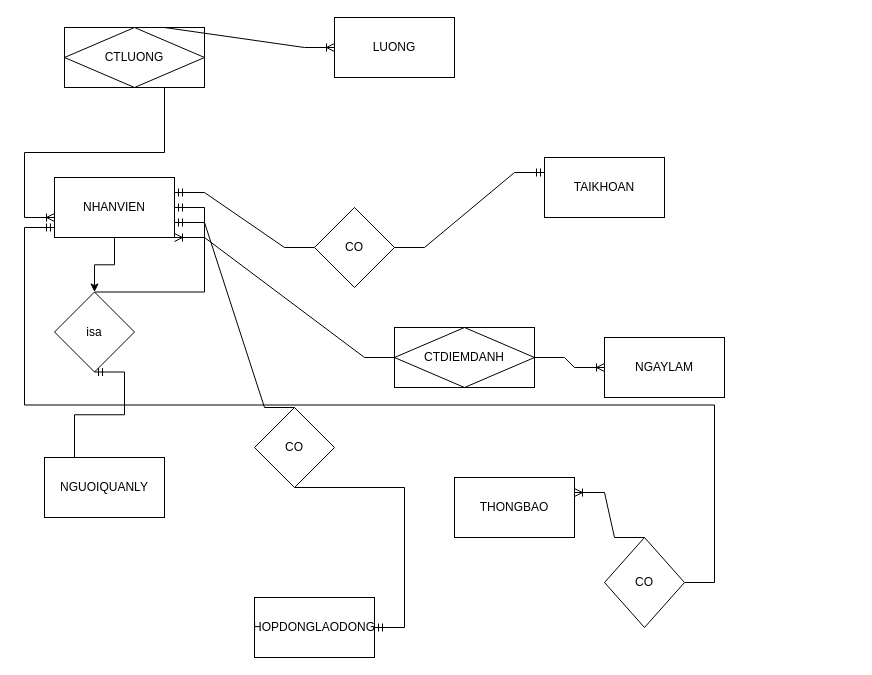
Earlier version of the draw.io diagram page "Trang-2" (2 of 2) of Biểu đồ không có tiêu đề.drawio (VanTruongPTITHCM2002/DoAnJava). Source tidied: cells renumbered, new cells numbered last; positions are measured from the earlier drawing's top-left corner, leaving out a move shared by most shapes. Both pictures are drawn from the tidied source at 100%, with x=0, y=0 at pixel (44, 17).
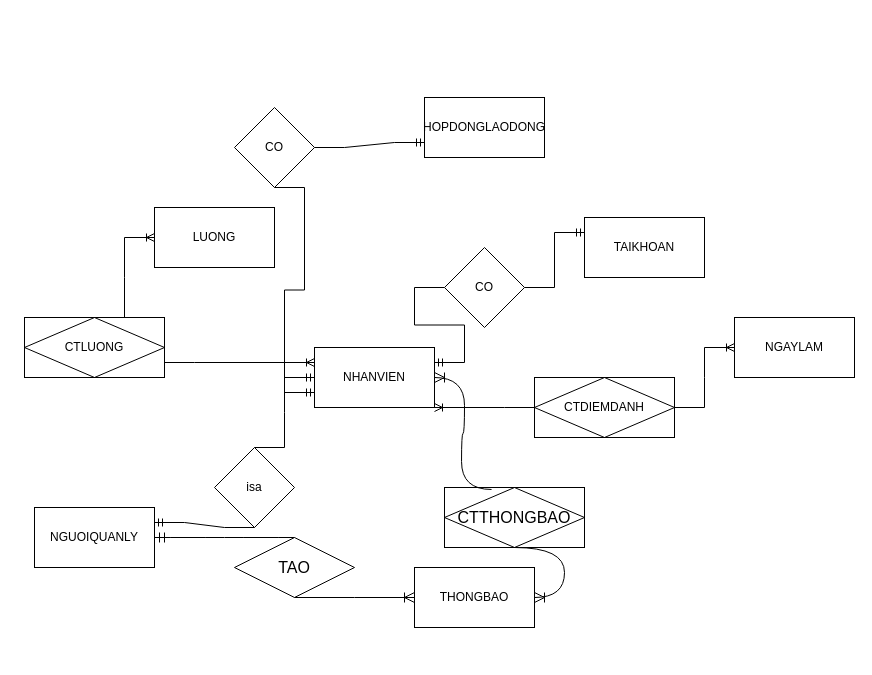
After the change.

Commit message:
Cập nhật Biểu đồ không có tiêu đề.drawio

Change to the diagram source:
```diff
@@
-    <mxCell id="2" style="edgeStyle=orthogonalEdgeStyle;rounded=0;jettySize=auto;html=1;" parent="1" edge="1" source="3" target="10">
-      <mxGeometry relative="1" as="geometry" />
-    </mxCell>
     <mxCell id="3" value="NHANVIEN" style="rounded=0;whiteSpace=wrap;html=1;" parent="1" vertex="1">
-      <mxGeometry x="10" y="160" width="120" height="60" as="geometry" />
+      <mxGeometry x="270" y="330" width="120" height="60" as="geometry" />
     </mxCell>
-    <mxCell id="4" value="LUONG" style="rounded=0;whiteSpace=wrap;html=1;" parent="1" vertex="1">
-      <mxGeometry x="290" width="120" height="60" as="geometry" />
+    <mxCell id="4" value="LUONG" style="rounded=0;whiteSpace=wrap;html=1;rotation=0;" parent="1" vertex="1">
+      <mxGeometry x="110" y="190" width="120" height="60" as="geometry" />
     </mxCell>
     <mxCell id="5" value="NGUOIQUANLY" style="rounded=0;whiteSpace=wrap;html=1;" parent="1" vertex="1">
-      <mxGeometry y="440" width="120" height="60" as="geometry" />
+      <mxGeometry x="-10" y="490" width="120" height="60" as="geometry" />
     </mxCell>
     <mxCell id="6" value="THONGBAO" style="rounded=0;whiteSpace=wrap;html=1;" parent="1" vertex="1">
-      <mxGeometry x="410" y="460" width="120" height="60" as="geometry" />
+      <mxGeometry x="370" y="550" width="120" height="60" as="geometry" />
     </mxCell>
     <mxCell id="7" value="TAIKHOAN" style="rounded=0;whiteSpace=wrap;html=1;" parent="1" vertex="1">
-      <mxGeometry x="500" y="140" width="120" height="60" as="geometry" />
+      <mxGeometry x="540" y="200" width="120" height="60" as="geometry" />
     </mxCell>
-    <mxCell id="8" value="HOPDONGLAODONG" style="rounded=0;whiteSpace=wrap;html=1;" parent="1" vertex="1">
-      <mxGeometry x="210" y="580" width="120" height="60" as="geometry" />
+    <mxCell id="8" value="HOPDONGLAODONG" style="rounded=0;whiteSpace=wrap;html=1;direction=east;" parent="1" vertex="1">
+      <mxGeometry x="380" y="80" width="120" height="60" as="geometry" />
     </mxCell>
     <mxCell id="9" value="NGAYLAM" style="rounded=0;whiteSpace=wrap;html=1;" parent="1" vertex="1">
-      <mxGeometry x="560" y="320" width="120" height="60" as="geometry" />
+      <mxGeometry x="690" y="300" width="120" height="60" as="geometry" />
     </mxCell>
     <mxCell id="10" value="isa" style="rhombus;whiteSpace=wrap;html=1;" parent="1" vertex="1">
-      <mxGeometry x="10" y="274.5" width="80" height="80" as="geometry" />
+      <mxGeometry x="170" y="430" width="80" height="80" as="geometry" />
     </mxCell>
-    <mxCell id="11" style="edgeStyle=entityRelationEdgeStyle;fontSize=12;html=1;endArrow=ERmandOne;rounded=0;exitX=0.5;exitY=0;exitDx=0;exitDy=0;entryX=0.5;entryY=1;entryDx=0;entryDy=0;" parent="1" edge="1" source="5" target="10">
+    <mxCell id="11" style="edgeStyle=entityRelationEdgeStyle;fontSize=12;html=1;endArrow=ERmandOne;rounded=0;entryX=1;entryY=0.25;entryDx=0;entryDy=0;exitX=0.5;exitY=1;exitDx=0;exitDy=0;" parent="1" edge="1" source="10" target="5">
       <mxGeometry relative="1" as="geometry" />
     </mxCell>
@@
     <mxCell id="14" value="CO" style="rhombus;whiteSpace=wrap;html=1;" parent="1" vertex="1">
-      <mxGeometry x="270" y="190" width="80" height="80" as="geometry" />
+      <mxGeometry x="400" y="230" width="80" height="80" as="geometry" />
     </mxCell>
@@
     <mxCell id="16" value="CTLUONG" style="shape=associativeEntity;whiteSpace=wrap;html=1;align=center;" parent="1" vertex="1">
-      <mxGeometry x="20" y="10" width="140" height="60" as="geometry" />
+      <mxGeometry x="-20" y="300" width="140" height="60" as="geometry" />
     </mxCell>
-    <mxCell id="17" style="edgeStyle=entityRelationEdgeStyle;fontSize=12;html=1;endArrow=ERoneToMany;rounded=0;exitX=0.5;exitY=1;exitDx=0;exitDy=0;" parent="1" edge="1" source="16">
-      <mxGeometry relative="1" as="geometry">
-        <mxPoint x="10" y="200" as="targetPoint" />
-      </mxGeometry>
+    <mxCell id="17" style="edgeStyle=entityRelationEdgeStyle;fontSize=12;html=1;endArrow=ERoneToMany;rounded=0;exitX=1;exitY=0.75;exitDx=0;exitDy=0;entryX=0;entryY=0.25;entryDx=0;entryDy=0;" parent="1" edge="1" source="16" target="3">
+      <mxGeometry relative="1" as="geometry" />
     </mxCell>
@@
     <mxCell id="19" value="CO" style="rhombus;whiteSpace=wrap;html=1;" parent="1" vertex="1">
-      <mxGeometry x="210" y="390" width="80" height="80" as="geometry" />
+      <mxGeometry x="190" y="90" width="80" height="80" as="geometry" />
     </mxCell>
-    <mxCell id="20" style="edgeStyle=entityRelationEdgeStyle;fontSize=12;html=1;endArrow=ERmandOne;rounded=0;exitX=0.5;exitY=0;exitDx=0;exitDy=0;entryX=1;entryY=0.75;entryDx=0;entryDy=0;" parent="1" edge="1" source="19" target="3">
+    <mxCell id="20" style="edgeStyle=entityRelationEdgeStyle;fontSize=12;html=1;endArrow=ERmandOne;rounded=0;exitX=0.5;exitY=1;exitDx=0;exitDy=0;entryX=0;entryY=0.75;entryDx=0;entryDy=0;" parent="1" edge="1" source="19" target="3">
       <mxGeometry relative="1" as="geometry" />
     </mxCell>
-    <mxCell id="21" style="edgeStyle=entityRelationEdgeStyle;fontSize=12;html=1;endArrow=ERmandOne;rounded=0;exitX=0.5;exitY=1;exitDx=0;exitDy=0;" parent="1" edge="1" source="19" target="8">
+    <mxCell id="21" style="edgeStyle=entityRelationEdgeStyle;fontSize=12;html=1;endArrow=ERmandOne;rounded=0;exitX=1;exitY=0.5;exitDx=0;exitDy=0;entryX=0;entryY=0.75;entryDx=0;entryDy=0;" parent="1" edge="1" source="19" target="8">
       <mxGeometry relative="1" as="geometry" />
     </mxCell>
     <mxCell id="22" value="CTDIEMDANH" style="shape=associativeEntity;whiteSpace=wrap;html=1;align=center;" parent="1" vertex="1">
-      <mxGeometry x="350" y="310" width="140" height="60" as="geometry" />
+      <mxGeometry x="490" y="360" width="140" height="60" as="geometry" />
     </mxCell>
@@
-    <mxCell id="25" style="edgeStyle=entityRelationEdgeStyle;fontSize=12;html=1;endArrow=ERmandOne;rounded=0;exitX=1;exitY=0.5;exitDx=0;exitDy=0;" parent="1" edge="1" source="26">
-      <mxGeometry relative="1" as="geometry">
-        <mxPoint x="10" y="210" as="targetPoint" />
-      </mxGeometry>
-    </mxCell>
-    <mxCell id="26" value="CO" style="rhombus;whiteSpace=wrap;html=1;" parent="1" vertex="1">
-      <mxGeometry x="560" y="520" width="80" height="90" as="geometry" />
-    </mxCell>
-    <mxCell id="27" style="edgeStyle=entityRelationEdgeStyle;fontSize=12;html=1;endArrow=ERoneToMany;rounded=0;exitX=0.5;exitY=0;exitDx=0;exitDy=0;entryX=1;entryY=0.25;entryDx=0;entryDy=0;" parent="1" edge="1" source="26" target="6">
-      <mxGeometry relative="1" as="geometry" />
-    </mxCell>
+    <mxCell id="28" style="edgeStyle=none;curved=1;rounded=0;orthogonalLoop=1;jettySize=auto;html=1;exitX=0.5;exitY=0;exitDx=0;exitDy=0;fontSize=12;startSize=8;endSize=8;" parent="1" edge="1" source="8" target="8">
+      <mxGeometry relative="1" as="geometry" />
+    </mxCell>
+    <mxCell id="29" value="CTTHONGBAO" style="shape=associativeEntity;whiteSpace=wrap;html=1;align=center;fontSize=16;" parent="1" vertex="1">
+      <mxGeometry x="400" y="470" width="140" height="60" as="geometry" />
+    </mxCell>
+    <mxCell id="30" style="edgeStyle=entityRelationEdgeStyle;fontSize=12;html=1;endArrow=ERoneToMany;rounded=0;startSize=8;endSize=8;curved=1;exitX=0.336;exitY=0.033;exitDx=0;exitDy=0;exitPerimeter=0;entryX=1;entryY=0.5;entryDx=0;entryDy=0;" parent="1" edge="1" source="29" target="3">
+      <mxGeometry relative="1" as="geometry" />
+    </mxCell>
+    <mxCell id="31" style="edgeStyle=entityRelationEdgeStyle;fontSize=12;html=1;endArrow=ERoneToMany;rounded=0;startSize=8;endSize=8;curved=1;exitX=0.5;exitY=1;exitDx=0;exitDy=0;" parent="1" edge="1" source="29" target="6">
+      <mxGeometry relative="1" as="geometry" />
+    </mxCell>
+    <mxCell id="32" value="TAO" style="shape=rhombus;perimeter=rhombusPerimeter;whiteSpace=wrap;html=1;align=center;fontSize=16;" parent="1" vertex="1">
+      <mxGeometry x="190" y="520" width="120" height="60" as="geometry" />
+    </mxCell>
+    <mxCell id="33" style="edgeStyle=entityRelationEdgeStyle;fontSize=12;html=1;endArrow=ERmandOne;rounded=0;startSize=8;endSize=8;curved=1;exitX=0.5;exitY=0;exitDx=0;exitDy=0;" parent="1" edge="1" source="32" target="5">
+      <mxGeometry relative="1" as="geometry" />
+    </mxCell>
+    <mxCell id="34" style="edgeStyle=entityRelationEdgeStyle;fontSize=12;html=1;endArrow=ERoneToMany;rounded=0;startSize=8;endSize=8;curved=1;exitX=0.5;exitY=1;exitDx=0;exitDy=0;entryX=0;entryY=0.5;entryDx=0;entryDy=0;" parent="1" edge="1" source="32" target="6">
+      <mxGeometry relative="1" as="geometry" />
+    </mxCell>
```
